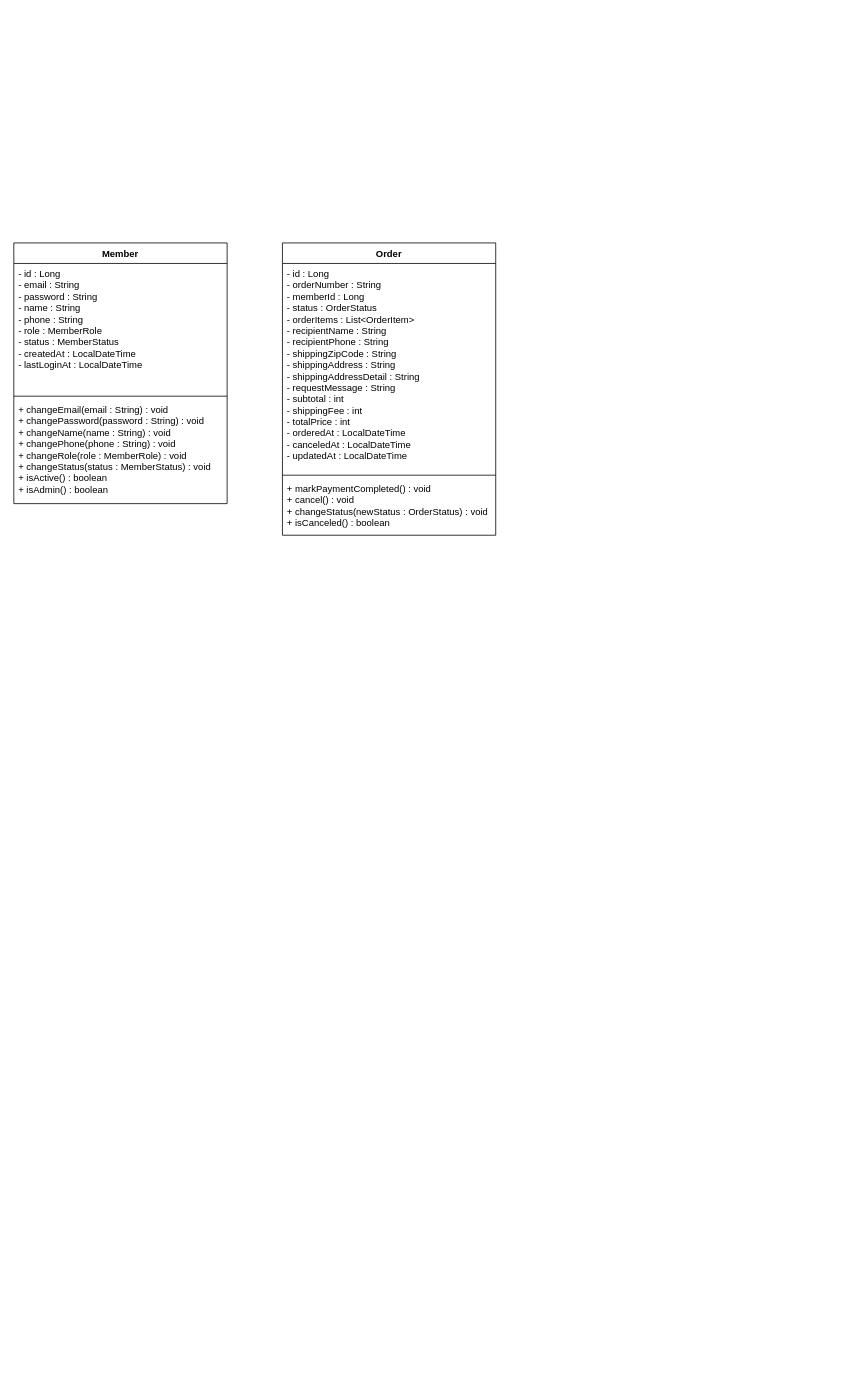
Above: docs/erd/shop.drawio in takgeun-O/ShoppingMall (draw.io), before the change. Source tidied: cells renumbered, new cells numbered last; positions are measured from the earlier drawing's top-left corner, leaving out a move shared by most shapes. Both pictures are drawn from the tidied source at 79%, with x=0, y=0 at pixel (13, 243).
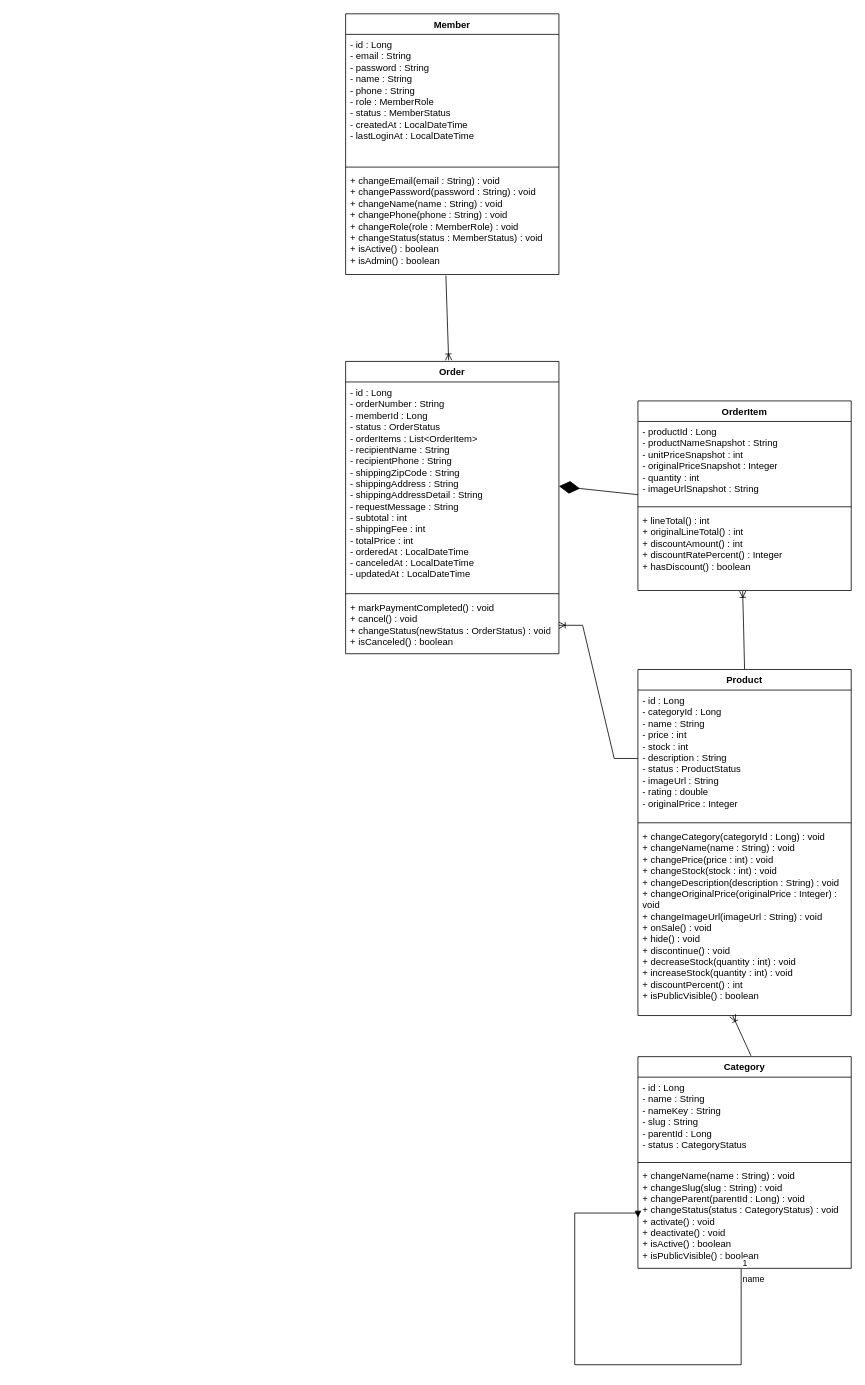
Above is the later version.

Unchanged cells that the change refers to:
```xml
<mxCell id="5" value="+ changeEmail(email : String) : void&lt;br&gt;+ changePassword(password : String) : void&lt;br&gt;+ changeName(name : String) : void&lt;br&gt;+ changePhone(phone : String) : void&lt;br&gt;+ changeRole(role : MemberRole) : void&lt;br&gt;+ changeStatus(status : MemberStatus) : void&lt;br&gt;+ isActive() : boolean&lt;br&gt;+ isAdmin() : boolean" style="text;strokeColor=none;fillColor=none;align=left;verticalAlign=top;spacingLeft=4;spacingRight=4;overflow=hidden;points=[[0,0.5],[1,0.5]];portConstraint=eastwest;whiteSpace=wrap;html=1;" parent="2" vertex="1">
  <mxGeometry y="198" width="270" height="132" as="geometry" />
</mxCell>
<mxCell id="7" value="- id : Long&lt;br&gt;- orderNumber : String&lt;br&gt;- memberId : Long&lt;br&gt;- status : OrderStatus&lt;br&gt;- orderItems : List&amp;lt;OrderItem&amp;gt;&lt;br&gt;- recipientName : String&lt;br&gt;- recipientPhone : String&lt;br&gt;- shippingZipCode : String&lt;br&gt;- shippingAddress : String&lt;br&gt;- shippingAddressDetail : String&lt;br&gt;- requestMessage : String&lt;br&gt;- subtotal : int&lt;br&gt;- shippingFee : int&lt;br&gt;- totalPrice : int&lt;br&gt;- orderedAt : LocalDateTime&lt;br&gt;- canceledAt : LocalDateTime&lt;br&gt;- updatedAt : LocalDateTime" style="text;strokeColor=none;fillColor=none;align=left;verticalAlign=top;spacingLeft=4;spacingRight=4;overflow=hidden;points=[[0,0.5],[1,0.5]];portConstraint=eastwest;whiteSpace=wrap;html=1;" parent="6" vertex="1">
  <mxGeometry y="26" width="270" height="264" as="geometry" />
</mxCell>
<mxCell id="9" value="+ markPaymentCompleted() : void&lt;br&gt;+ cancel() : void&lt;br&gt;+ changeStatus(newStatus : OrderStatus) : void&lt;br&gt;+ isCanceled() : boolean" style="text;strokeColor=none;fillColor=none;align=left;verticalAlign=top;spacingLeft=4;spacingRight=4;overflow=hidden;points=[[0,0.5],[1,0.5]];portConstraint=eastwest;whiteSpace=wrap;html=1;" parent="6" vertex="1">
  <mxGeometry y="298" width="270" height="72" as="geometry" />
</mxCell>
```

What changed in the source:
```diff
@@
     <mxCell id="2" value="Member" style="swimlane;fontStyle=1;align=center;verticalAlign=top;horizontal=1;startSize=26;whiteSpace=wrap;html=1;" parent="1" vertex="1">
-      <mxGeometry width="270" height="330" as="geometry" />
+      <mxGeometry x="420" y="-290" width="270" height="330" as="geometry" />
     </mxCell>
@@
     <mxCell id="6" value="Order" style="swimlane;fontStyle=1;align=center;verticalAlign=top;horizontal=1;startSize=26;whiteSpace=wrap;html=1;" parent="1" vertex="1">
-      <mxGeometry x="340" width="270" height="370" as="geometry" />
+      <mxGeometry x="420" y="150" width="270" height="370" as="geometry" />
     </mxCell>
@@
+    <mxCell id="10" value="OrderItem" style="swimlane;fontStyle=1;align=center;verticalAlign=top;horizontal=1;startSize=26;whiteSpace=wrap;html=1;" parent="1" vertex="1">
+      <mxGeometry x="790" y="200" width="270" height="240" as="geometry" />
+    </mxCell>
+    <mxCell id="11" value="- productId : Long&lt;br&gt;- productNameSnapshot : String&lt;br&gt;- unitPriceSnapshot : int&lt;br&gt;- originalPriceSnapshot : Integer&lt;br&gt;- quantity : int&lt;br&gt;- imageUrlSnapshot : String" style="text;strokeColor=none;fillColor=none;align=left;verticalAlign=top;spacingLeft=4;spacingRight=4;overflow=hidden;whiteSpace=wrap;html=1;" parent="10" vertex="1">
+      <mxGeometry y="26" width="270" height="104" as="geometry" />
+    </mxCell>
+    <mxCell id="12" style="line;strokeWidth=1;fillColor=none;align=left;verticalAlign=middle;spacingTop=-1;spacingLeft=3;spacingRight=3;labelPosition=right;strokeColor=inherit;" parent="10" vertex="1">
+      <mxGeometry y="130" width="270" height="8" as="geometry" />
+    </mxCell>
+    <mxCell id="13" value="+ lineTotal() : int&lt;br&gt;+ originalLineTotal() : int&lt;br&gt;+ discountAmount() : int&lt;br&gt;+ discountRatePercent() : Integer&lt;br&gt;+ hasDiscount() : boolean" style="text;strokeColor=none;fillColor=none;align=left;verticalAlign=top;spacingLeft=4;spacingRight=4;overflow=hidden;points=[[0,0.5],[1,0.5]];portConstraint=eastwest;whiteSpace=wrap;html=1;" parent="10" vertex="1">
+      <mxGeometry y="138" width="270" height="102" as="geometry" />
+    </mxCell>
+    <mxCell id="14" value="Category" style="swimlane;fontStyle=1;align=center;verticalAlign=top;horizontal=1;startSize=26;whiteSpace=wrap;html=1;" parent="1" vertex="1">
+      <mxGeometry x="790" y="1030" width="270" height="268" as="geometry" />
+    </mxCell>
+    <mxCell id="15" value="- id : Long&lt;br&gt;- name : String&lt;br&gt;- nameKey : String&lt;br&gt;- slug : String&lt;br&gt;- parentId : Long&lt;br&gt;- status : CategoryStatus" style="text;strokeColor=none;fillColor=none;align=left;verticalAlign=top;spacingLeft=4;spacingRight=4;overflow=hidden;whiteSpace=wrap;html=1;" parent="14" vertex="1">
+      <mxGeometry y="26" width="270" height="104" as="geometry" />
+    </mxCell>
+    <mxCell id="16" style="line;strokeWidth=1;fillColor=none;align=left;verticalAlign=middle;spacingTop=-1;spacingLeft=3;spacingRight=3;labelPosition=right;strokeColor=inherit;" parent="14" vertex="1">
+      <mxGeometry y="130" width="270" height="8" as="geometry" />
+    </mxCell>
+    <mxCell id="17" value="+ changeName(name : String) : void&lt;br&gt;+ changeSlug(slug : String) : void&lt;br&gt;+ changeParent(parentId : Long) : void&lt;br&gt;+ changeStatus(status : CategoryStatus) : void&lt;br&gt;+ activate() : void&lt;br&gt;+ deactivate() : void&lt;br&gt;+ isActive() : boolean&lt;br&gt;+ isPublicVisible() : boolean" style="text;strokeColor=none;fillColor=none;align=left;verticalAlign=top;spacingLeft=4;spacingRight=4;overflow=hidden;points=[[0,0.5],[1,0.5]];portConstraint=eastwest;whiteSpace=wrap;html=1;" parent="14" vertex="1">
+      <mxGeometry y="138" width="270" height="130" as="geometry" />
+    </mxCell>
+    <mxCell id="18" style="endArrow=diamondThin;endFill=1;endSize=24;html=1;rounded=0;exitX=-0.011;exitY=0.705;exitDx=0;exitDy=0;entryX=1;entryY=0.5;entryDx=0;entryDy=0;exitPerimeter=0;" parent="1" edge="1" target="7">
+      <mxGeometry relative="1" as="geometry">
+        <mxPoint x="790" y="318.7" as="sourcePoint" />
+      </mxGeometry>
+    </mxCell>
+    <mxCell id="19" style="fontSize=12;html=1;endArrow=ERoneToMany;rounded=0;entryX=0.491;entryY=1.007;entryDx=0;entryDy=0;entryPerimeter=0;exitX=0.5;exitY=0;exitDx=0;exitDy=0;" parent="1" edge="1" source="22" target="13">
+      <mxGeometry relative="1" as="geometry">
+        <Array as="points">
+          <mxPoint x="923.6" y="480" />
+        </Array>
+      </mxGeometry>
+    </mxCell>
+    <mxCell id="20" style="fontSize=12;html=1;endArrow=ERoneToMany;rounded=0;entryX=0.444;entryY=1;entryDx=0;entryDy=0;entryPerimeter=0;exitX=0.53;exitY=-0.004;exitDx=0;exitDy=0;exitPerimeter=0;" parent="1" edge="1" source="14" target="25">
+      <mxGeometry relative="1" as="geometry" />
+    </mxCell>
+    <mxCell id="21" style="fontSize=12;html=1;endArrow=ERoneToMany;rounded=0;entryX=0.483;entryY=-0.004;entryDx=0;entryDy=0;entryPerimeter=0;exitX=0.47;exitY=1.01;exitDx=0;exitDy=0;exitPerimeter=0;" parent="1" edge="1" source="5" target="6">
+      <mxGeometry relative="1" as="geometry" />
+    </mxCell>
+    <mxCell id="22" value="Product" style="swimlane;fontStyle=1;align=center;verticalAlign=top;horizontal=1;startSize=26;whiteSpace=wrap;html=1;" parent="1" vertex="1">
+      <mxGeometry x="790" y="540" width="270" height="438" as="geometry" />
+    </mxCell>
+    <mxCell id="23" value="- id : Long&lt;br&gt;- categoryId : Long&lt;br&gt;- name : String&lt;br&gt;- price : int&lt;br&gt;- stock : int&lt;br&gt;- description : String&lt;br&gt;- status : ProductStatus&lt;br&gt;- imageUrl : String&lt;br&gt;- rating : double&lt;br&gt;- originalPrice : Integer" style="text;strokeColor=none;fillColor=none;align=left;verticalAlign=top;spacingLeft=4;spacingRight=4;overflow=hidden;points=[[0,0.5],[1,0.5]];portConstraint=eastwest;whiteSpace=wrap;html=1;" parent="22" vertex="1">
+      <mxGeometry y="26" width="270" height="164" as="geometry" />
+    </mxCell>
+    <mxCell id="24" style="line;strokeWidth=1;fillColor=none;align=left;verticalAlign=middle;spacingTop=-1;spacingLeft=3;spacingRight=3;labelPosition=right;strokeColor=inherit;" parent="22" vertex="1">
+      <mxGeometry y="190" width="270" height="8" as="geometry" />
+    </mxCell>
+    <mxCell id="25" value="+ changeCategory(categoryId : Long) : void&lt;br&gt;+ changeName(name : String) : void&lt;br&gt;+ changePrice(price : int) : void&lt;br&gt;+ changeStock(stock : int) : void&lt;br&gt;+ changeDescription(description : String) : void&lt;br&gt;+ changeOriginalPrice(originalPrice : Integer) : void&lt;br&gt;+ changeImageUrl(imageUrl : String) : void&lt;br&gt;+ onSale() : void&lt;br&gt;+ hide() : void&lt;br&gt;+ discontinue() : void&lt;br&gt;+ decreaseStock(quantity : int) : void&lt;br&gt;+ increaseStock(quantity : int) : void&lt;br&gt;+ discountPercent() : int&lt;br&gt;+ isPublicVisible() : boolean" style="text;strokeColor=none;fillColor=none;align=left;verticalAlign=top;spacingLeft=4;spacingRight=4;overflow=hidden;points=[[0,0.5],[1,0.5]];portConstraint=eastwest;whiteSpace=wrap;html=1;" parent="22" vertex="1">
+      <mxGeometry y="198" width="270" height="240" as="geometry" />
+    </mxCell>
+    <mxCell id="26" style="edgeStyle=entityRelationEdgeStyle;fontSize=12;html=1;endArrow=ERoneToMany;rounded=0;exitX=0;exitY=0.528;exitDx=0;exitDy=0;exitPerimeter=0;" parent="1" edge="1" source="23" target="9">
+      <mxGeometry relative="1" as="geometry" />
+    </mxCell>
+    <mxCell id="27" value="name" style="endArrow=block;endFill=1;html=1;edgeStyle=orthogonalEdgeStyle;align=left;verticalAlign=top;rounded=0;exitX=0.484;exitY=1.005;exitDx=0;exitDy=0;exitPerimeter=0;" parent="1" edge="1" source="17">
+      <mxGeometry x="-1" relative="1" as="geometry">
+        <mxPoint x="790" y="1233.7" as="targetPoint" />
+        <Array as="points">
+          <mxPoint x="921" y="1420" />
+          <mxPoint x="710" y="1420" />
+          <mxPoint x="710" y="1228" />
+          <mxPoint x="790" y="1228" />
+        </Array>
+      </mxGeometry>
+    </mxCell>
+    <mxCell id="28" value="1" style="edgeLabel;html=1;align=left;verticalAlign=bottom;" parent="27" vertex="1">
+      <mxGeometry x="-1" relative="1" as="geometry" />
+    </mxCell>
```
